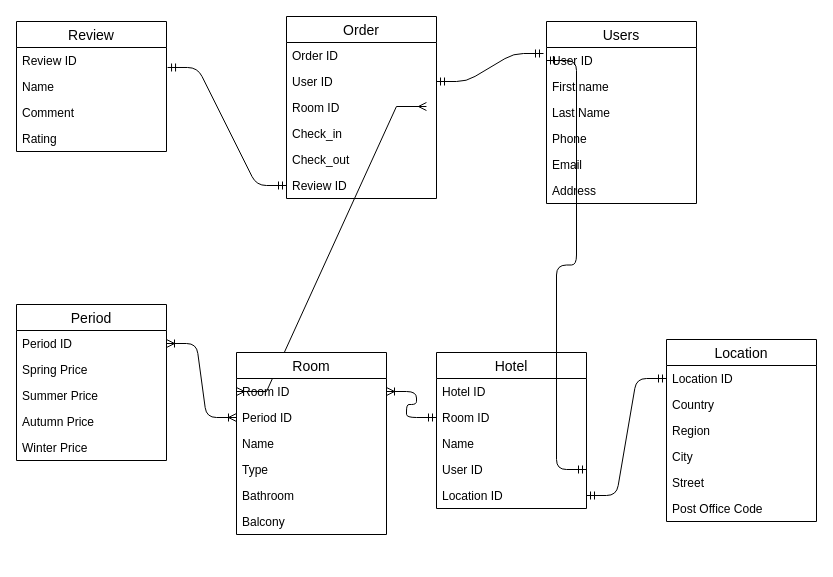
duluman/visit-romania keeps this draw.io diagram as erd_duluman.drawio. Above is the earlier version. Source tidied: cells renumbered, new cells numbered last; positions are measured from the earlier drawing's top-left corner, leaving out a move shared by most shapes. Both pictures are drawn from the tidied source at 100%, with x=0, y=0 at pixel (16, 16).
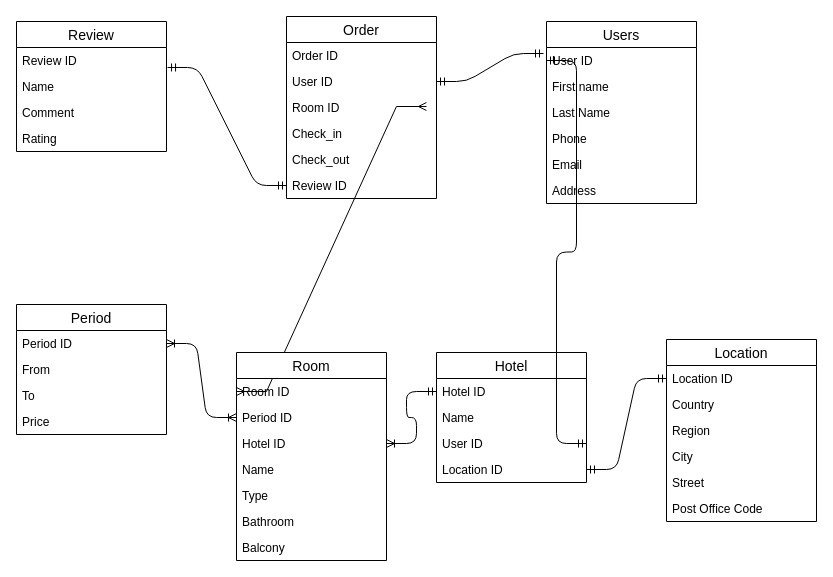
Above is the later version.

Unchanged cells that the change refers to:
```xml
<mxCell id="14" value="Room ID" style="text;strokeColor=none;fillColor=none;spacingLeft=4;spacingRight=4;overflow=hidden;points=[[0,0.5],[1,0.5]];portConstraint=eastwest;fontSize=12;" parent="13" vertex="1">
  <mxGeometry y="26" width="150" height="26" as="geometry" />
</mxCell>
<mxCell id="40" value="Hotel ID" style="text;strokeColor=none;fillColor=none;spacingLeft=4;spacingRight=4;overflow=hidden;points=[[0,0.5],[1,0.5]];portConstraint=eastwest;fontSize=12;" parent="39" vertex="1">
  <mxGeometry y="26" width="150" height="26" as="geometry" />
</mxCell>
```

Change to the diagram source:
```diff
@@
-    <mxCell id="3" style="edgeStyle=entityRelationEdgeStyle;fontSize=12;html=1;endArrow=ERmandOne;startArrow=ERoneToMany;startFill=0;endFill=0;exitX=1;exitY=0.5;exitDx=0;exitDy=0;entryX=0;entryY=0.5;entryDx=0;entryDy=0;" parent="1" edge="1" source="14" target="41">
+    <mxCell id="3" style="edgeStyle=entityRelationEdgeStyle;fontSize=12;html=1;endArrow=ERmandOne;startArrow=ERoneToMany;startFill=0;endFill=0;exitX=1;exitY=0.5;exitDx=0;exitDy=0;entryX=0;entryY=0.5;entryDx=0;entryDy=0;" parent="1" edge="1" source="54" target="40">
       <mxGeometry relative="1" as="geometry" />
     </mxCell>
@@
     <mxCell id="13" value="Room" style="swimlane;fontStyle=0;horizontal=1;startSize=26;align=center;fontSize=14;" parent="1" vertex="1">
-      <mxGeometry x="220" y="336" width="150" height="182" as="geometry" />
+      <mxGeometry x="220" y="336" width="150" height="208" as="geometry" />
     </mxCell>
@@
+    <mxCell id="54" value="Hotel ID" style="text;strokeColor=none;fillColor=none;spacingLeft=4;spacingRight=4;overflow=hidden;points=[[0,0.5],[1,0.5]];portConstraint=eastwest;fontSize=12;" parent="13" vertex="1">
+      <mxGeometry y="78" width="150" height="26" as="geometry" />
+    </mxCell>
     <mxCell id="16" value="Name" style="text;strokeColor=none;fillColor=none;spacingLeft=4;spacingRight=4;overflow=hidden;fontSize=12;" parent="13" vertex="1">
-      <mxGeometry y="78" width="150" height="26" as="geometry" />
+      <mxGeometry y="104" width="150" height="26" as="geometry" />
     </mxCell>
     <mxCell id="17" value="Type" style="text;strokeColor=none;fillColor=none;spacingLeft=4;spacingRight=4;overflow=hidden;fontSize=12;" parent="13" vertex="1">
-      <mxGeometry y="104" width="150" height="26" as="geometry" />
+      <mxGeometry y="130" width="150" height="26" as="geometry" />
     </mxCell>
     <mxCell id="18" value="Bathroom" style="text;strokeColor=none;fillColor=none;spacingLeft=4;spacingRight=4;overflow=hidden;fontSize=12;" parent="13" vertex="1">
-      <mxGeometry y="130" width="150" height="26" as="geometry" />
+      <mxGeometry y="156" width="150" height="26" as="geometry" />
     </mxCell>
     <mxCell id="19" value="Balcony" style="text;strokeColor=none;fillColor=none;spacingLeft=4;spacingRight=4;overflow=hidden;fontSize=12;" parent="13" vertex="1">
-      <mxGeometry y="156" width="150" height="26" as="geometry" />
+      <mxGeometry y="182" width="150" height="26" as="geometry" />
     </mxCell>
@@
     <mxCell id="26" value="Period" style="swimlane;fontStyle=0;horizontal=1;startSize=26;align=center;fontSize=14;" parent="1" vertex="1">
-      <mxGeometry y="288" width="150" height="156" as="geometry" />
+      <mxGeometry y="288" width="150" height="130" as="geometry" />
     </mxCell>
@@
-    <mxCell id="28" value="Spring Price" style="text;strokeColor=none;fillColor=none;spacingLeft=4;spacingRight=4;overflow=hidden;fontSize=12;" parent="26" vertex="1">
+    <mxCell id="28" value="From" style="text;strokeColor=none;fillColor=none;spacingLeft=4;spacingRight=4;overflow=hidden;fontSize=12;" parent="26" vertex="1">
       <mxGeometry y="52" width="150" height="26" as="geometry" />
     </mxCell>
-    <mxCell id="29" value="Summer Price&#10;" style="text;strokeColor=none;fillColor=none;spacingLeft=4;spacingRight=4;overflow=hidden;fontSize=12;" parent="26" vertex="1">
+    <mxCell id="29" value="To" style="text;strokeColor=none;fillColor=none;spacingLeft=4;spacingRight=4;overflow=hidden;fontSize=12;" parent="26" vertex="1">
       <mxGeometry y="78" width="150" height="26" as="geometry" />
     </mxCell>
-    <mxCell id="30" value="Autumn Price" style="text;strokeColor=none;fillColor=none;spacingLeft=4;spacingRight=4;overflow=hidden;fontSize=12;" parent="26" vertex="1">
+    <mxCell id="30" value="Price" style="text;strokeColor=none;fillColor=none;spacingLeft=4;spacingRight=4;overflow=hidden;fontSize=12;" parent="26" vertex="1">
       <mxGeometry y="104" width="150" height="26" as="geometry" />
     </mxCell>
-    <mxCell id="31" value="Winter Price" style="text;strokeColor=none;fillColor=none;spacingLeft=4;spacingRight=4;overflow=hidden;fontSize=12;" parent="26" vertex="1">
-      <mxGeometry y="130" width="150" height="26" as="geometry" />
-    </mxCell>
@@
     <mxCell id="39" value="Hotel" style="swimlane;fontStyle=0;horizontal=1;startSize=26;align=center;fontSize=14;" parent="1" vertex="1">
-      <mxGeometry x="420" y="336" width="150" height="156" as="geometry" />
+      <mxGeometry x="420" y="336" width="150" height="130" as="geometry" />
     </mxCell>
@@
-    <mxCell id="41" value="Room ID" style="text;strokeColor=none;fillColor=none;spacingLeft=4;spacingRight=4;overflow=hidden;points=[[0,0.5],[1,0.5]];portConstraint=eastwest;fontSize=12;" parent="39" vertex="1">
-      <mxGeometry y="52" width="150" height="26" as="geometry" />
-    </mxCell>
     <mxCell id="42" value="Name" style="text;strokeColor=none;fillColor=none;spacingLeft=4;spacingRight=4;overflow=hidden;fontSize=12;" parent="39" vertex="1">
-      <mxGeometry y="78" width="150" height="26" as="geometry" />
+      <mxGeometry y="52" width="150" height="26" as="geometry" />
     </mxCell>
     <mxCell id="43" value="User ID" style="text;strokeColor=none;fillColor=none;spacingLeft=4;spacingRight=4;overflow=hidden;points=[[0,0.5],[1,0.5]];portConstraint=eastwest;fontSize=12;" parent="39" vertex="1">
-      <mxGeometry y="104" width="150" height="26" as="geometry" />
+      <mxGeometry y="78" width="150" height="26" as="geometry" />
     </mxCell>
     <mxCell id="44" value="Location ID" style="text;strokeColor=none;fillColor=none;spacingLeft=4;spacingRight=4;overflow=hidden;points=[[0,0.5],[1,0.5]];portConstraint=eastwest;fontSize=12;" parent="39" vertex="1">
-      <mxGeometry y="130" width="150" height="26" as="geometry" />
+      <mxGeometry y="104" width="150" height="26" as="geometry" />
     </mxCell>
```
